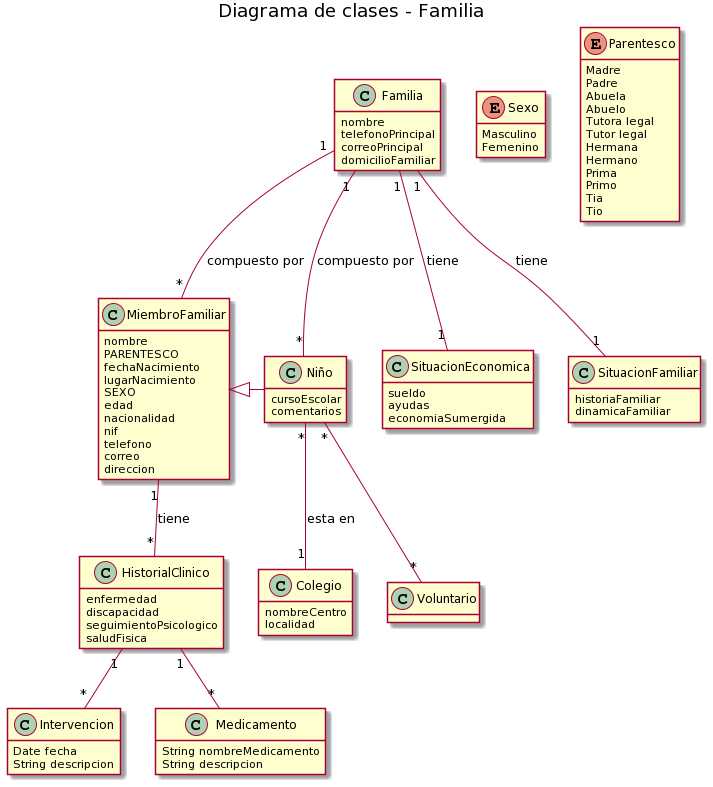
marsamber/proyectoIR keeps this PlantUML diagram as diagrama/Diagramas 2.0/familia.png. Above is the earlier version.
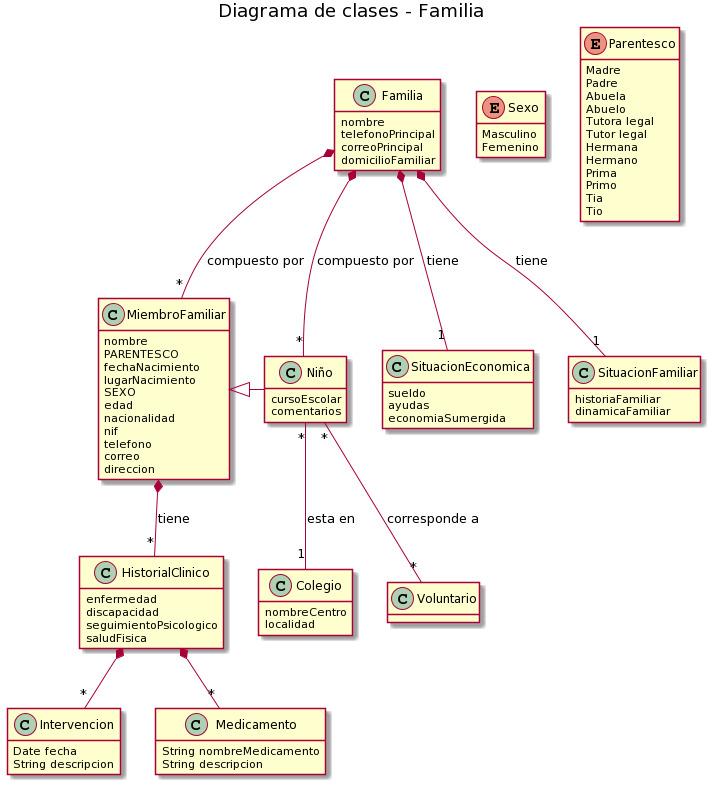
Later version of the same file.

Change to the diagram source:
```diff
@@ -83,14 +83,14 @@
 
 class Voluntario
 
-Familia "1"--"*" MiembroFamiliar:compuesto por
-Familia "1"--"*" Niño:compuesto por
-Familia"1"--"1" SituacionEconomica:tiene
-MiembroFamiliar "1"--"*" HistorialClinico:tiene
-Familia "1"--"1" SituacionFamiliar:tiene
+Familia *--"*" MiembroFamiliar:compuesto por
+Familia *--"*" Niño:compuesto por
+Familia *--"1" SituacionEconomica:tiene
+MiembroFamiliar *--"*" HistorialClinico:tiene
+Familia *--"1" SituacionFamiliar:tiene
 Niño -left-|> MiembroFamiliar
 Niño "*"-down-"1"Colegio:esta en
-HistorialClinico "1"-down-"*"Medicamento
-HistorialClinico "1"-down-"*"Intervencion
-Niño "*"--"*"Voluntario
+HistorialClinico *-down-"*"Medicamento
+HistorialClinico *-down-"*"Intervencion
+Niño "*"--"*"Voluntario:corresponde a
 @enduml
```
